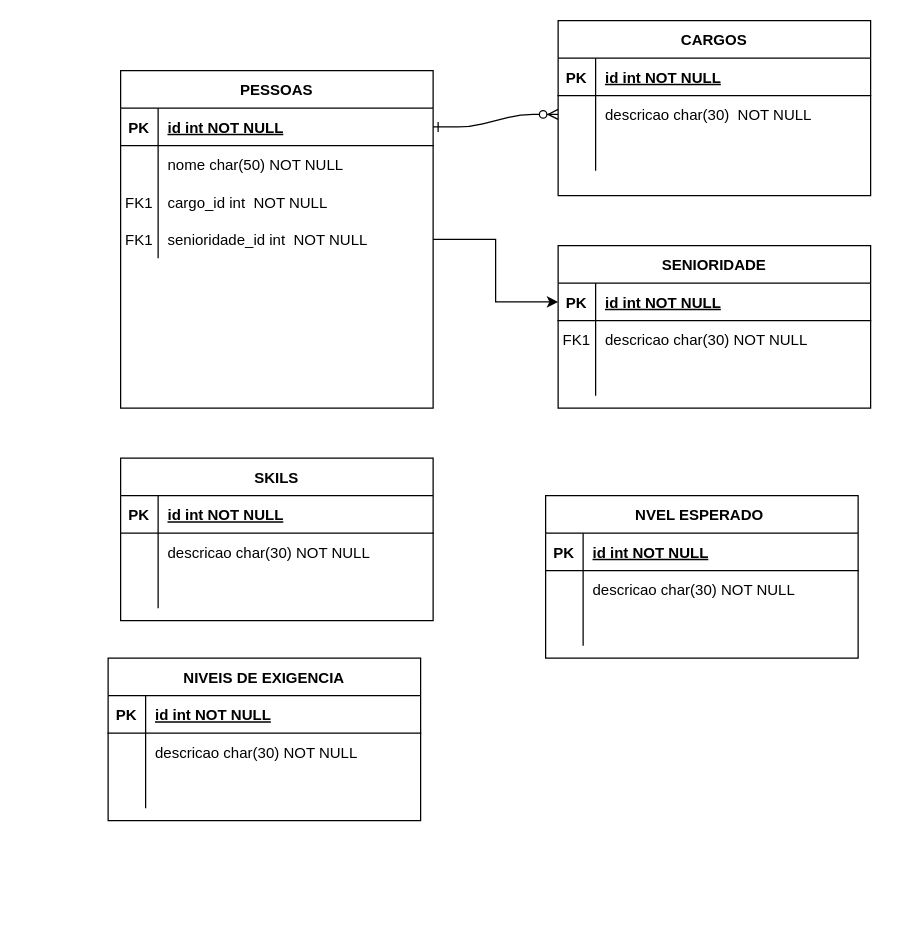
This is Diagrama sem título.drawio from nat-1501/projeto-site, a draw.io file, before an edit. Source tidied: cells renumbered, new cells numbered last; positions are measured from the earlier drawing's top-left corner, leaving out a move shared by most shapes. Both pictures are drawn from the tidied source at 125%, with x=0, y=0 at pixel (108, 20).
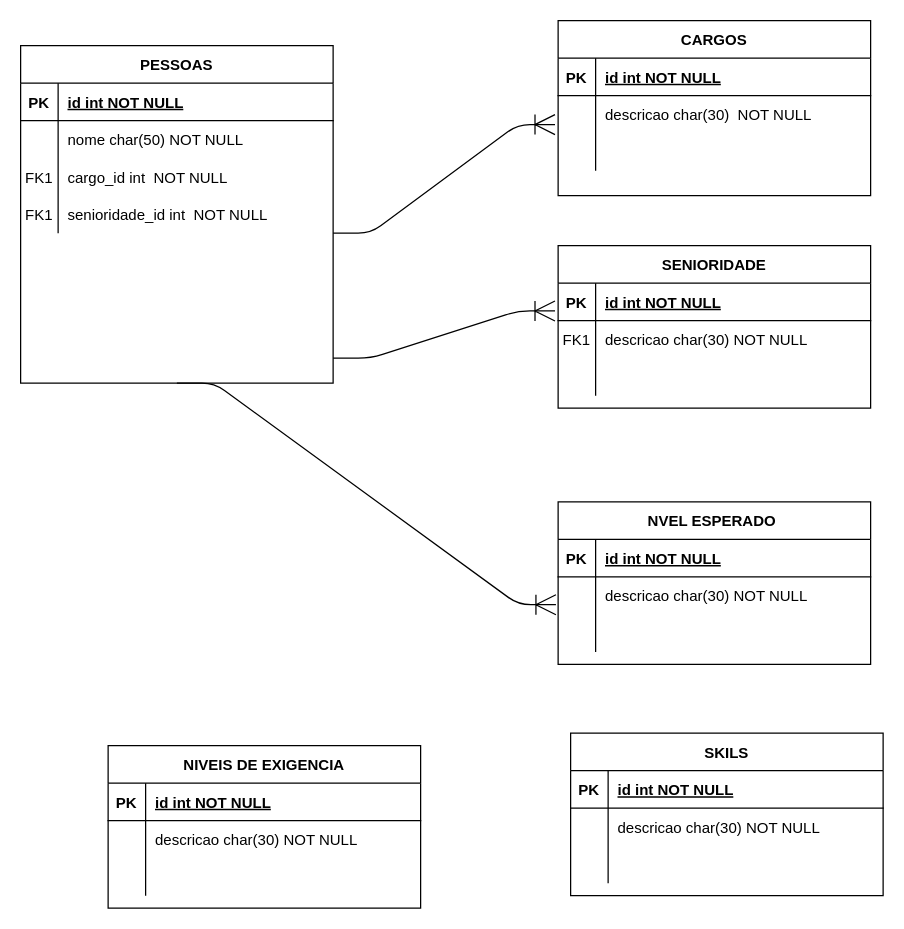
After the change.

Commit message:
Atualizando a cardinalidade Diagrama sem título.drawio

Unchanged cells that the change refers to:
```xml
<mxCell id="7" style="shape=partialRectangle;fillColor=none;points=[[0,0.5],[1,0.5]];portConstraint=eastwest;top=0;left=0;right=0;bottom=0;" parent="3" vertex="1">
  <mxGeometry y="60" width="250" height="30" as="geometry" />
</mxCell>
<mxCell id="14" style="shape=partialRectangle;fillColor=none;points=[[0,0.5],[1,0.5]];portConstraint=eastwest;top=0;left=0;right=0;bottom=1;" parent="13" vertex="1">
  <mxGeometry y="30" width="250" height="30" as="geometry" />
</mxCell>
<mxCell id="25" style="shape=partialRectangle;fillColor=none;points=[[0,0.5],[1,0.5]];portConstraint=eastwest;top=0;left=0;right=0;bottom=1;" parent="24" vertex="1">
  <mxGeometry y="30" width="250" height="30" as="geometry" />
</mxCell>
<mxCell id="61" style="shape=partialRectangle;fillColor=none;points=[[0,0.5],[1,0.5]];portConstraint=eastwest;top=0;left=0;right=0;bottom=0;" parent="57" vertex="1">
  <mxGeometry y="60" width="250" height="30" as="geometry" />
</mxCell>
```

Change to the diagram source:
```diff
@@
-    <mxCell id="2" style="edgeStyle=entityRelationEdgeStyle;endArrow=ERzeroToMany;startArrow=ERone;endFill=1;startFill=0;" parent="1" edge="1" source="25" target="7">
-      <mxGeometry relative="1" as="geometry" />
-    </mxCell>
@@
-    <mxCell id="23" style="edgeStyle=orthogonalEdgeStyle;rounded=0;jettySize=auto;html=1;" parent="1" edge="1" source="24" target="14">
-      <mxGeometry relative="1" as="geometry" />
-    </mxCell>
     <mxCell id="24" value="PESSOAS" style="shape=table;startSize=30;childLayout=tableLayout;rowLines=0;fontStyle=1;align=center;" parent="1" vertex="1">
-      <mxGeometry x="10" y="40" width="250" height="270" as="geometry" />
+      <mxGeometry x="-70" y="20" width="250" height="270" as="geometry" />
     </mxCell>
@@
     <mxCell id="37" value="SKILS" style="shape=table;startSize=30;childLayout=tableLayout;rowLines=0;fontStyle=1;align=center;" parent="1" vertex="1">
-      <mxGeometry x="10" y="350" width="250" height="130" as="geometry" />
+      <mxGeometry x="370" y="570" width="250" height="130" as="geometry" />
     </mxCell>
@@
     <mxCell id="47" value="NIVEIS DE EXIGENCIA" style="shape=table;startSize=30;childLayout=tableLayout;rowLines=0;fontStyle=1;align=center;" parent="1" vertex="1">
-      <mxGeometry y="510" width="250" height="130" as="geometry" />
+      <mxGeometry y="580" width="250" height="130" as="geometry" />
     </mxCell>
@@
     <mxCell id="57" value="NVEL ESPERADO " style="shape=table;startSize=30;childLayout=tableLayout;rowLines=0;fontStyle=1;align=center;" parent="1" vertex="1">
-      <mxGeometry x="350" y="380" width="250" height="130" as="geometry" />
+      <mxGeometry x="360" y="385" width="250" height="130" as="geometry" />
     </mxCell>
@@
+    <mxCell id="67" style="edgeStyle=entityRelationEdgeStyle;fontSize=12;html=1;endArrow=ERoneToMany;startSize=14;endSize=14;sourcePerimeterSpacing=8;targetPerimeterSpacing=8;entryX=-0.01;entryY=0.773;entryDx=0;entryDy=0;entryPerimeter=0;" parent="1" edge="1" target="7">
+      <mxGeometry relative="1" as="geometry">
+        <mxPoint x="180" y="170" as="sourcePoint" />
+      </mxGeometry>
+    </mxCell>
+    <mxCell id="68" style="edgeStyle=entityRelationEdgeStyle;fontSize=12;html=1;endArrow=ERoneToMany;startSize=14;endSize=14;sourcePerimeterSpacing=8;targetPerimeterSpacing=8;entryX=-0.01;entryY=0.743;entryDx=0;entryDy=0;entryPerimeter=0;" parent="1" edge="1" target="14">
+      <mxGeometry relative="1" as="geometry">
+        <mxPoint x="180" y="270" as="sourcePoint" />
+      </mxGeometry>
+    </mxCell>
+    <mxCell id="69" style="edgeStyle=entityRelationEdgeStyle;fontSize=12;html=1;endArrow=ERoneToMany;startSize=14;endSize=14;sourcePerimeterSpacing=8;targetPerimeterSpacing=8;exitX=0.5;exitY=1;exitDx=0;exitDy=0;entryX=-0.007;entryY=0.743;entryDx=0;entryDy=0;entryPerimeter=0;" parent="1" edge="1" source="24" target="61">
+      <mxGeometry relative="1" as="geometry" />
+    </mxCell>
```
